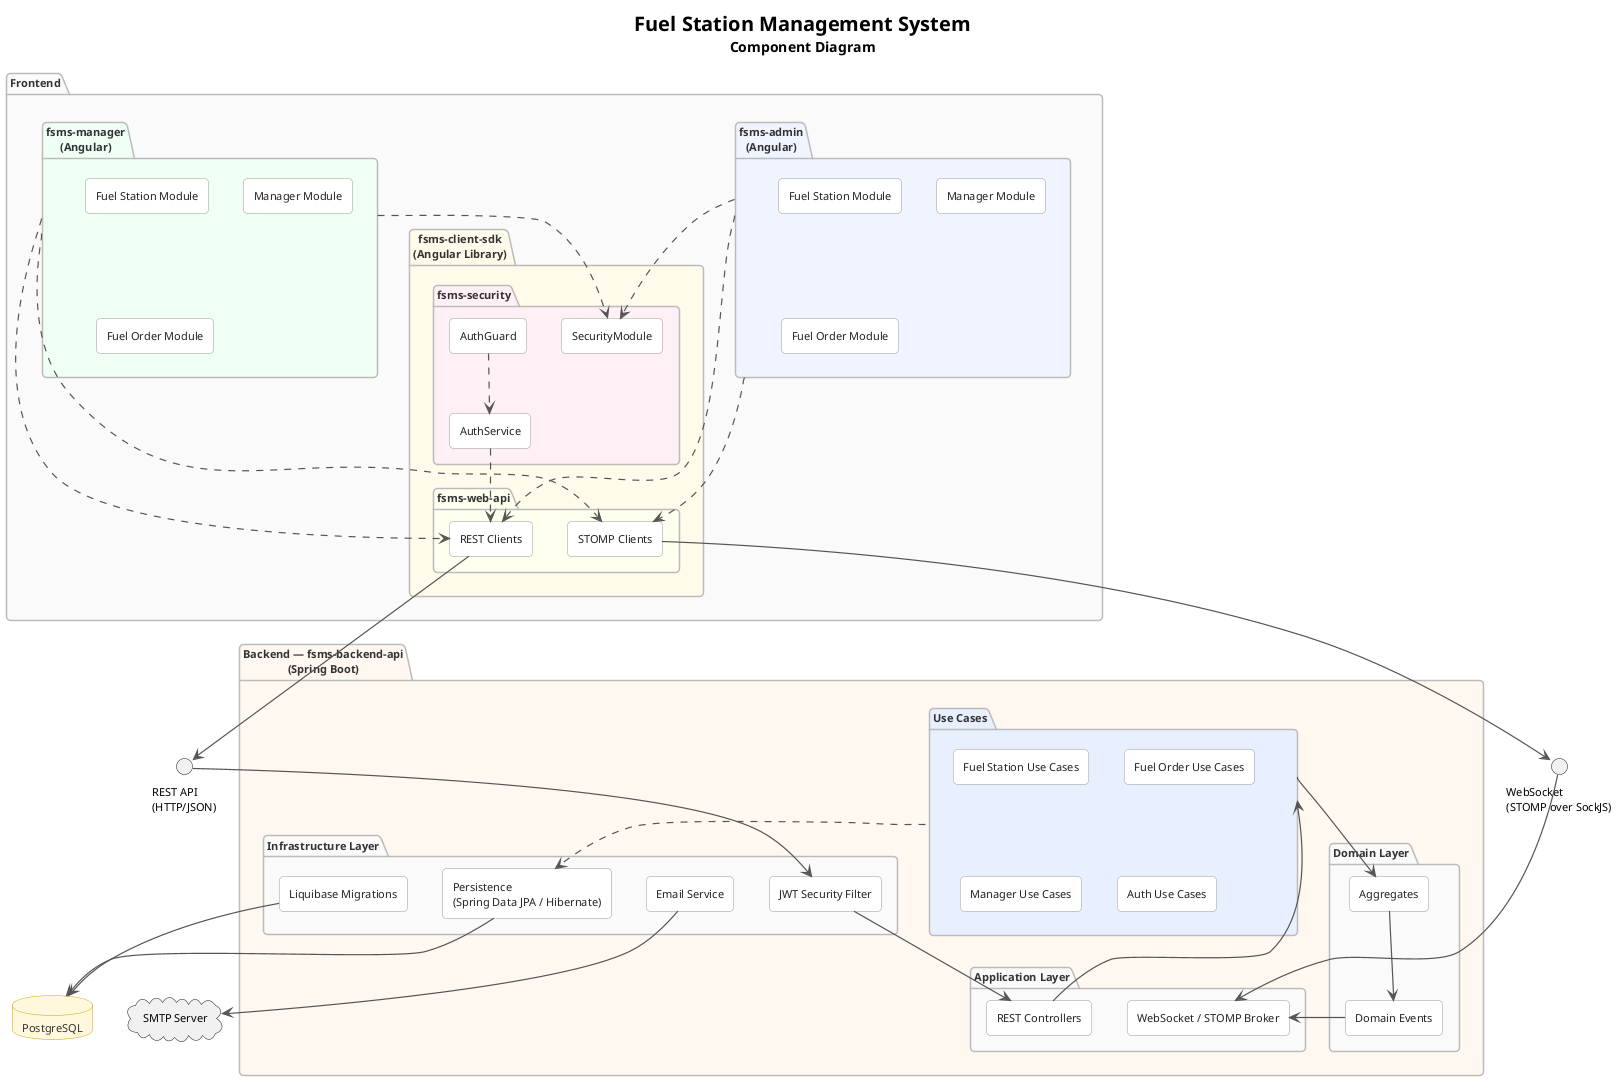
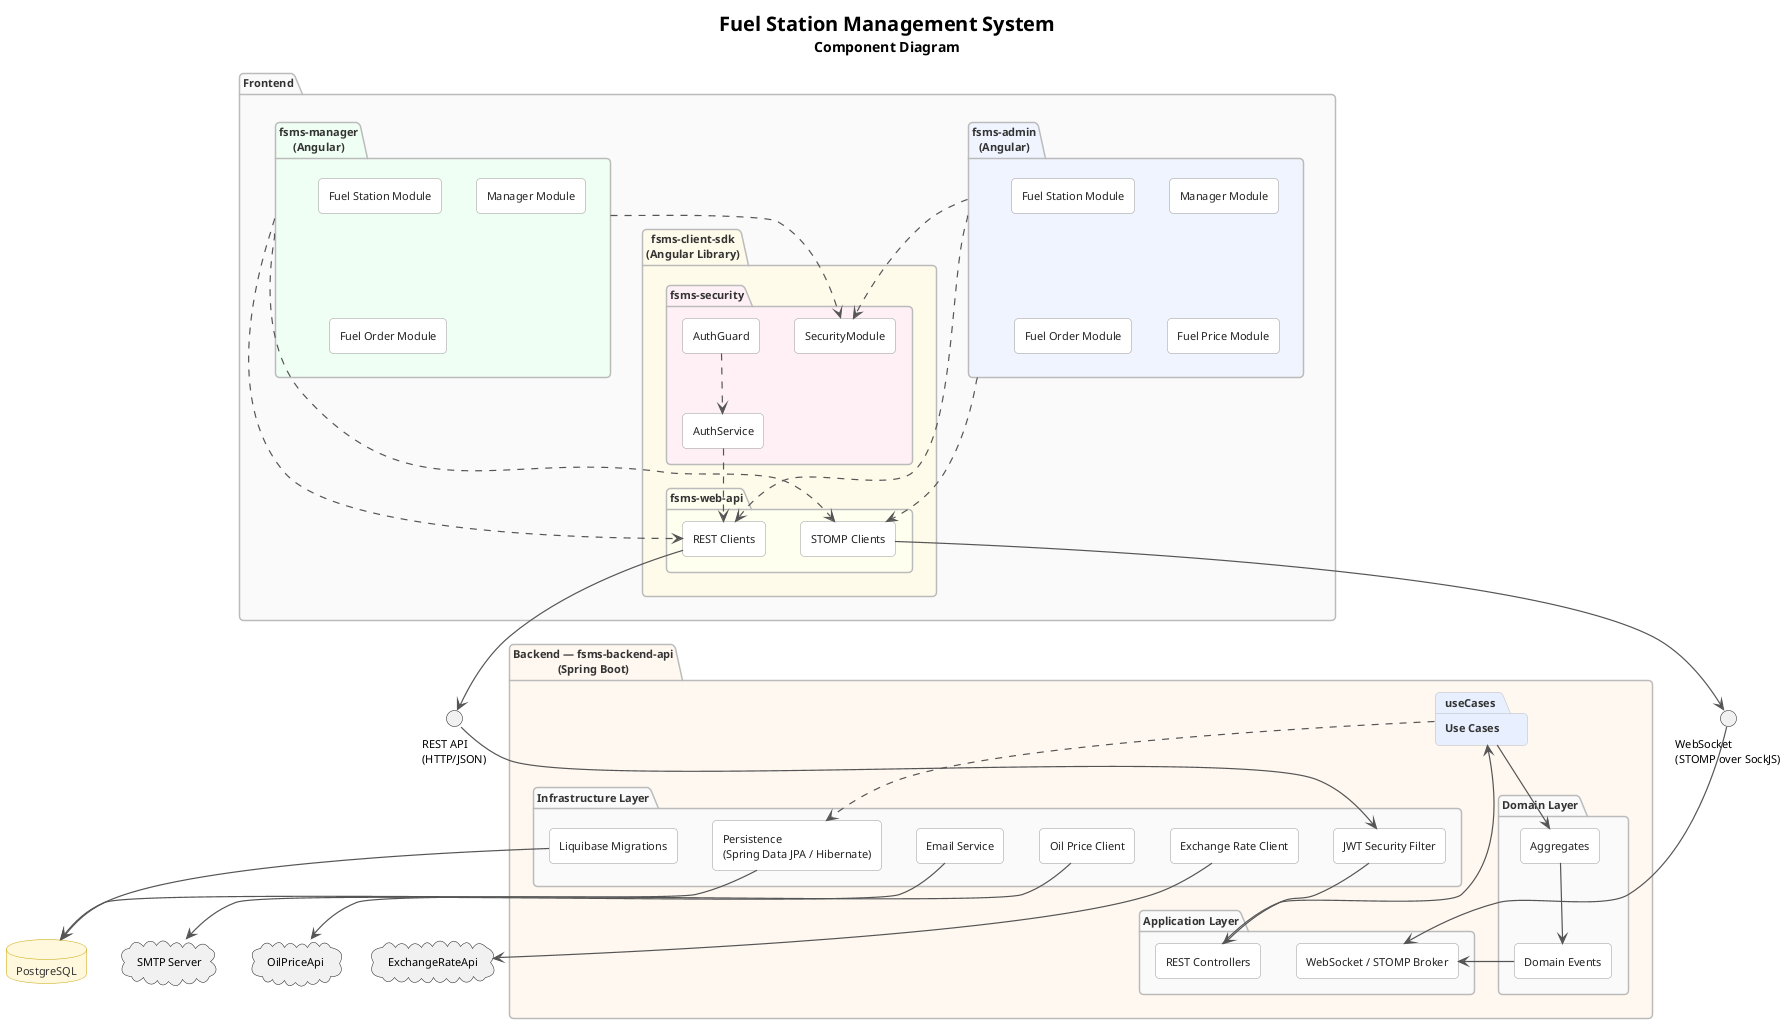
@startuml
title <size:20><b>Fuel Station Management System</b></size>\n<size:14>Component Diagram</size>

skinparam shadowing false
skinparam defaultFontName  "Segoe UI"
skinparam defaultFontSize  11
skinparam ArrowThickness   1.2
skinparam ArrowColor       #555555
skinparam RoundCorner      8
skinparam componentStyle   rectangle

skinparam package {
    BackgroundColor     #FAFAFA
    BorderColor         #BBBBBB
    FontColor           #333333
    FontStyle           bold
}

skinparam component {
    BackgroundColor       #FFFFFF
    BorderColor           #999999
    FontColor             #222222
}

skinparam database {
    BackgroundColor       #FFF8DC
    BorderColor           #C8A200
    FontColor             #333333
}

skinparam note {
    BackgroundColor       #F9F9F9
    BorderColor           #CCCCCC
    FontColor             #555555
}

package "Frontend" as frontend {

    package "fsms-admin\n(Angular)" as admin #F0F4FF {
        [Fuel Station Module]  as adminFS
        [Manager Module]       as adminMgr
        [Fuel Order Module]    as adminFO
+         [Fuel Price Module]    as adminFPM
    }

    package "fsms-manager\n(Angular)" as manager #F0FFF4 {
        [Fuel Station Module]   as mgrFS
        [Manager Module]        as mgrMgr
        [Fuel Order Module]     as mgrFO
    }

    package "fsms-client-sdk\n(Angular Library)" as sdk #FFFBEA {
        package "fsms-web-api" as webApi #FFFFF0 {
            [REST Clients]              as restClients
            [STOMP Clients]             as stompClients
        }
        package "fsms-security" as security #FFF0F5 {
            [SecurityModule]    as secModule
            [AuthService]       as secService
            [AuthGuard]         as secGuard
        }
    }
}

package "Backend — fsms-backend-api\n(Spring Boot)" as backend #FFF8F0 {

    package "Application Layer" as appLayer {
        [REST Controllers]          as controllers
        [WebSocket / STOMP Broker]  as wsBroker
    }

    package "Use Cases" as useCases #E8F0FF {
-         [Fuel Station Use Cases]    as ucFS
-         [Fuel Order Use Cases]      as ucFO
-         [Manager Use Cases]         as ucMgr
-         [Auth Use Cases]            as ucAuth
    }


    package "Domain Layer" as domainLayer {
        [Aggregates]                as aggregates
        [Domain Events]             as domEvents
    }

    package "Infrastructure Layer" as infraLayer {
        [JWT Security Filter]       as jwtFilter
        [Persistence\n(Spring Data JPA / Hibernate)] as persistence
        [Liquibase Migrations]      as liquibase
        [Email Service]             as emailService
+         [Oil Price Client]          as oilPriceClient
+         [Exchange Rate Client]      as exchangeRateClient
    }
}

database "PostgreSQL" as db
cloud "SMTP Server" as smtp
+ cloud "OilPriceApi" as oilPriceApi
+ cloud "ExchangeRateApi" as exchangeRateApi

interface "REST API\n(HTTP/JSON)" as restAPI
interface "WebSocket\n(STOMP over SockJS)" as wsAPI

admin   ..> restClients
admin   ..> stompClients
admin   ..> secModule
manager ..> restClients
manager ..> stompClients
manager ..> secModule

secService ..> restClients
secGuard   ..> secService

restClients  --> restAPI
stompClients --> wsAPI

restAPI --> jwtFilter
jwtFilter --> controllers
wsAPI --> wsBroker

controllers --> useCases
useCases    --> aggregates
useCases    ..> persistence

aggregates  --> domEvents
domEvents   --> wsBroker

persistence --> db
liquibase   --> db
emailService --> smtp
+ oilPriceClient --> oilPriceApi
+ exchangeRateClient --> exchangeRateApi

@enduml
